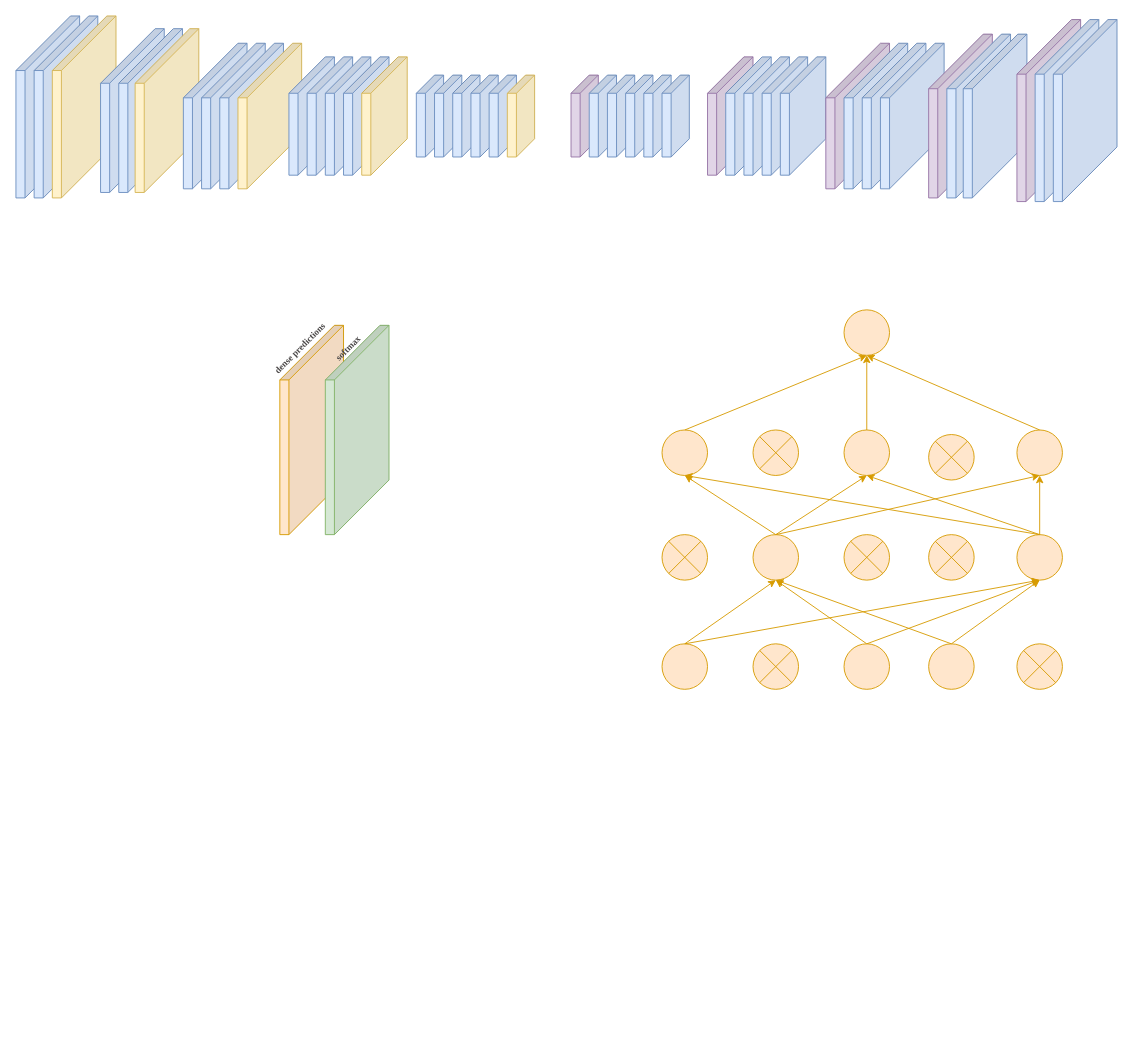
This is scripts/analytics/UQ.drawio from qqaazz800624/cardiovascular-calcification, a draw.io file, before an edit. Source tidied: cells renumbered, new cells numbered last; positions are measured from the earlier drawing's top-left corner, leaving out a move shared by most shapes. Both pictures are drawn from the tidied source at 91%, with x=0, y=0 at pixel (15, 15).
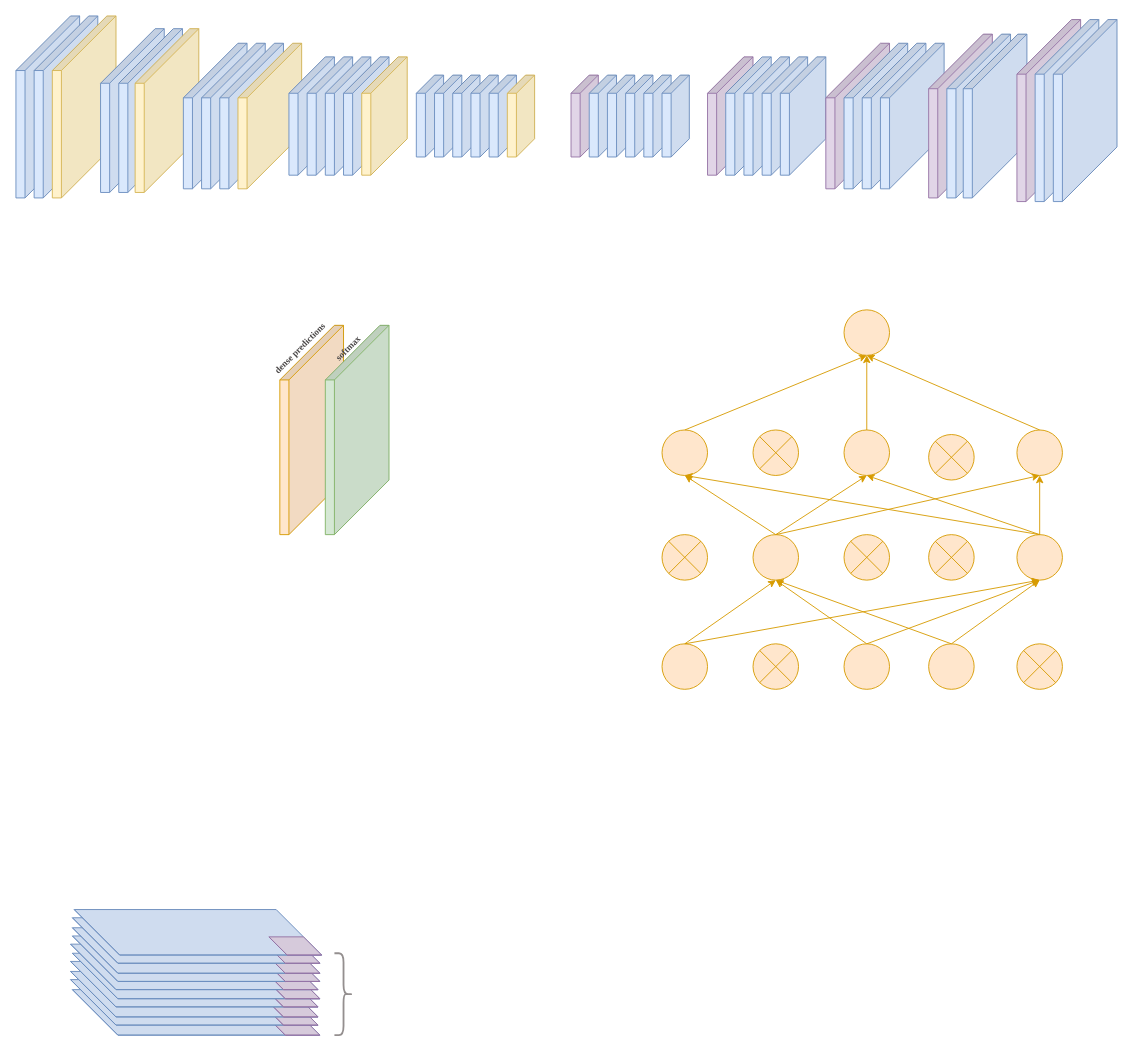
Above is the later version.

What changed in the source:
```diff
@@
+    <mxCell id="79" style="shape=cube;whiteSpace=wrap;html=1;boundedLbl=1;backgroundOutline=1;darkOpacity=0.05;darkOpacity2=0.1;size=50;rotation=-180;flipH=1;flipV=1;fillColor=#dae8fc;strokeColor=#6c8ebf;" parent="1" vertex="1">
+      <mxGeometry x="62" y="1070" width="272" height="50" as="geometry" />
+    </mxCell>
+    <mxCell id="80" style="shape=cube;whiteSpace=wrap;html=1;boundedLbl=1;backgroundOutline=1;darkOpacity=0.05;darkOpacity2=0.1;size=50;rotation=-180;flipH=1;flipV=1;fillColor=#e1d5e7;strokeColor=#9673a6;" parent="1" vertex="1">
+      <mxGeometry x="276" y="1100" width="58" height="20" as="geometry" />
+    </mxCell>
+    <mxCell id="81" style="shape=cube;whiteSpace=wrap;html=1;boundedLbl=1;backgroundOutline=1;darkOpacity=0.05;darkOpacity2=0.1;size=50;rotation=-180;flipH=1;flipV=1;fillColor=#dae8fc;strokeColor=#6c8ebf;" parent="1" vertex="1">
+      <mxGeometry x="60" y="1059" width="272" height="50" as="geometry" />
+    </mxCell>
+    <mxCell id="82" style="shape=cube;whiteSpace=wrap;html=1;boundedLbl=1;backgroundOutline=1;darkOpacity=0.05;darkOpacity2=0.1;size=50;rotation=-180;flipH=1;flipV=1;fillColor=#e1d5e7;strokeColor=#9673a6;" parent="1" vertex="1">
+      <mxGeometry x="274" y="1089" width="58" height="20" as="geometry" />
+    </mxCell>
+    <mxCell id="83" style="shape=cube;whiteSpace=wrap;html=1;boundedLbl=1;backgroundOutline=1;darkOpacity=0.05;darkOpacity2=0.1;size=50;rotation=-180;flipH=1;flipV=1;fillColor=#dae8fc;strokeColor=#6c8ebf;" parent="1" vertex="1">
+      <mxGeometry x="60" y="1050" width="272" height="50" as="geometry" />
+    </mxCell>
+    <mxCell id="84" style="shape=cube;whiteSpace=wrap;html=1;boundedLbl=1;backgroundOutline=1;darkOpacity=0.05;darkOpacity2=0.1;size=50;rotation=-180;flipH=1;flipV=1;fillColor=#e1d5e7;strokeColor=#9673a6;" parent="1" vertex="1">
+      <mxGeometry x="274" y="1080" width="58" height="20" as="geometry" />
+    </mxCell>
+    <mxCell id="85" style="shape=cube;whiteSpace=wrap;html=1;boundedLbl=1;backgroundOutline=1;darkOpacity=0.05;darkOpacity2=0.1;size=50;rotation=-180;flipH=1;flipV=1;fillColor=#dae8fc;strokeColor=#6c8ebf;" parent="1" vertex="1">
+      <mxGeometry x="60" y="1039" width="272" height="50" as="geometry" />
+    </mxCell>
+    <mxCell id="86" style="shape=cube;whiteSpace=wrap;html=1;boundedLbl=1;backgroundOutline=1;darkOpacity=0.05;darkOpacity2=0.1;size=50;rotation=-180;flipH=1;flipV=1;fillColor=#e1d5e7;strokeColor=#9673a6;" parent="1" vertex="1">
+      <mxGeometry x="274" y="1069" width="58" height="20" as="geometry" />
+    </mxCell>
+    <mxCell id="87" style="shape=cube;whiteSpace=wrap;html=1;boundedLbl=1;backgroundOutline=1;darkOpacity=0.05;darkOpacity2=0.1;size=50;rotation=-180;flipH=1;flipV=1;fillColor=#dae8fc;strokeColor=#6c8ebf;" parent="1" vertex="1">
+      <mxGeometry x="62" y="1030" width="272" height="50" as="geometry" />
+    </mxCell>
+    <mxCell id="88" style="shape=cube;whiteSpace=wrap;html=1;boundedLbl=1;backgroundOutline=1;darkOpacity=0.05;darkOpacity2=0.1;size=50;rotation=-180;flipH=1;flipV=1;fillColor=#e1d5e7;strokeColor=#9673a6;" parent="1" vertex="1">
+      <mxGeometry x="276" y="1060" width="58" height="20" as="geometry" />
+    </mxCell>
+    <mxCell id="89" style="shape=cube;whiteSpace=wrap;html=1;boundedLbl=1;backgroundOutline=1;darkOpacity=0.05;darkOpacity2=0.1;size=50;rotation=-180;flipH=1;flipV=1;fillColor=#dae8fc;strokeColor=#6c8ebf;" parent="1" vertex="1">
+      <mxGeometry x="60" y="1020" width="272" height="50" as="geometry" />
+    </mxCell>
+    <mxCell id="90" style="shape=cube;whiteSpace=wrap;html=1;boundedLbl=1;backgroundOutline=1;darkOpacity=0.05;darkOpacity2=0.1;size=50;rotation=-180;flipH=1;flipV=1;fillColor=#e1d5e7;strokeColor=#9673a6;" parent="1" vertex="1">
+      <mxGeometry x="274" y="1050" width="58" height="20" as="geometry" />
+    </mxCell>
+    <mxCell id="91" style="shape=cube;whiteSpace=wrap;html=1;boundedLbl=1;backgroundOutline=1;darkOpacity=0.05;darkOpacity2=0.1;size=50;rotation=-180;flipH=1;flipV=1;fillColor=#dae8fc;strokeColor=#6c8ebf;" parent="1" vertex="1">
+      <mxGeometry x="62" y="1011" width="272" height="50" as="geometry" />
+    </mxCell>
+    <mxCell id="92" style="shape=cube;whiteSpace=wrap;html=1;boundedLbl=1;backgroundOutline=1;darkOpacity=0.05;darkOpacity2=0.1;size=50;rotation=-180;flipH=1;flipV=1;fillColor=#e1d5e7;strokeColor=#9673a6;" parent="1" vertex="1">
+      <mxGeometry x="276" y="1041" width="58" height="20" as="geometry" />
+    </mxCell>
+    <mxCell id="93" style="shape=cube;whiteSpace=wrap;html=1;boundedLbl=1;backgroundOutline=1;darkOpacity=0.05;darkOpacity2=0.1;size=50;rotation=-180;flipH=1;flipV=1;fillColor=#dae8fc;strokeColor=#6c8ebf;" parent="1" vertex="1">
+      <mxGeometry x="62" y="1002" width="272" height="50" as="geometry" />
+    </mxCell>
+    <mxCell id="94" style="shape=cube;whiteSpace=wrap;html=1;boundedLbl=1;backgroundOutline=1;darkOpacity=0.05;darkOpacity2=0.1;size=50;rotation=-180;flipH=1;flipV=1;fillColor=#e1d5e7;strokeColor=#9673a6;" parent="1" vertex="1">
+      <mxGeometry x="276" y="1032" width="58" height="20" as="geometry" />
+    </mxCell>
+    <mxCell id="95" style="shape=cube;whiteSpace=wrap;html=1;boundedLbl=1;backgroundOutline=1;darkOpacity=0.05;darkOpacity2=0.1;size=50;rotation=-180;flipH=1;flipV=1;fillColor=#dae8fc;strokeColor=#6c8ebf;" parent="1" vertex="1">
+      <mxGeometry x="62" y="991" width="272" height="50" as="geometry" />
+    </mxCell>
+    <mxCell id="96" style="shape=cube;whiteSpace=wrap;html=1;boundedLbl=1;backgroundOutline=1;darkOpacity=0.05;darkOpacity2=0.1;size=50;rotation=-180;flipH=1;flipV=1;fillColor=#e1d5e7;strokeColor=#9673a6;" parent="1" vertex="1">
+      <mxGeometry x="276" y="1021" width="58" height="20" as="geometry" />
+    </mxCell>
+    <mxCell id="97" style="shape=cube;whiteSpace=wrap;html=1;boundedLbl=1;backgroundOutline=1;darkOpacity=0.05;darkOpacity2=0.1;size=50;rotation=-180;flipH=1;flipV=1;fillColor=#dae8fc;strokeColor=#6c8ebf;" parent="1" vertex="1">
+      <mxGeometry x="64" y="982" width="272" height="50" as="geometry" />
+    </mxCell>
+    <mxCell id="98" style="shape=cube;whiteSpace=wrap;html=1;boundedLbl=1;backgroundOutline=1;darkOpacity=0.05;darkOpacity2=0.1;size=50;rotation=-180;flipH=1;flipV=1;fillColor=#e1d5e7;strokeColor=#9673a6;verticalAlign=top;textDirection=rtl;horizontal=0;" parent="1" vertex="1">
+      <mxGeometry x="278" y="1012" width="58" height="20" as="geometry" />
+    </mxCell>
+    <mxCell id="99" style="shape=curlyBracket;whiteSpace=wrap;html=1;rounded=1;flipH=1;labelPosition=right;verticalLabelPosition=middle;align=left;verticalAlign=middle;strokeColor=#948f8f;strokeWidth=2;" parent="1" vertex="1">
+      <mxGeometry x="350" y="1030" width="20" height="90" as="geometry" />
+    </mxCell>
```
